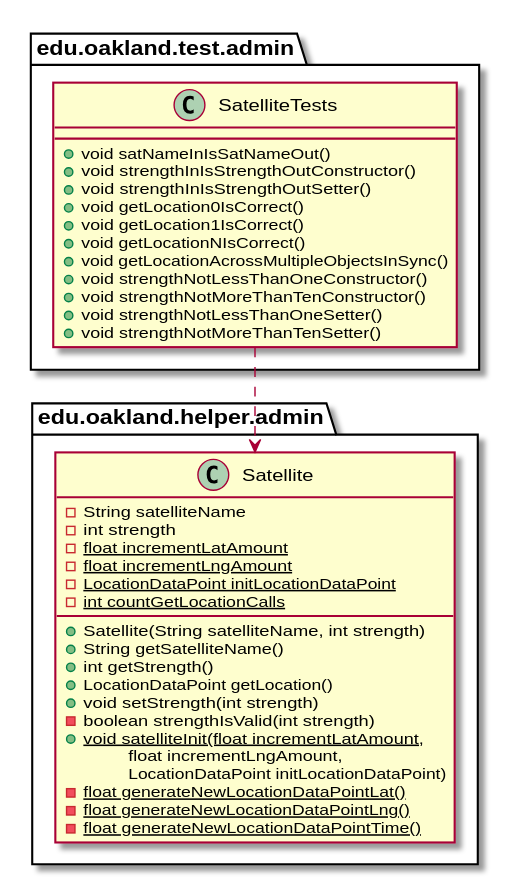
casher-ou/csi-3370-software-project keeps this PlantUML diagram as docs/uml-class-diagrams/admin/test/SatelliteTests/SatelliteTests_DirectDependencies.svg. Above is the earlier version. Source of this version:
```plantuml
@startuml SatelliteTests_DirectDependencies


package edu.oakland.test.admin {
    class SatelliteTests {
       + void satNameInIsSatNameOut()
       + void strengthInIsStrengthOutConstructor()
       + void strengthInIsStrengthOutSetter()
       + void getLocation0IsCorrect()
       + void getLocation1IsCorrect()
       + void getLocationNIsCorrect()
       + void getLocationAcrossMultipleObjectsInSync()
       + void strengthNotLessThanOneConstructor()
       + void strengthNotMoreThanTenConstructor()
       + void strengthNotLessThanOneSetter()
       + void strengthNotMoreThanTenSetter()
    }
}



package edu.oakland.helper.admin {
    class Satellite {
        - String satelliteName
        - int strength
        {static} - float incrementLatAmount
        {static} - float incrementLngAmount
        {static} - LocationDataPoint initLocationDataPoint
        {static} - int countGetLocationCalls
        __
        + Satellite(String satelliteName, int strength)
        + String getSatelliteName()
        + int getStrength()
        + LocationDataPoint getLocation()
        + void setStrength(int strength)
        - boolean strengthIsValid(int strength)
        {static} + void satelliteInit(float incrementLatAmount,
        \tfloat incrementLngAmount,
        \tLocationDataPoint initLocationDataPoint)
        {static} - float generateNewLocationDataPointLat()
        {static} - float generateNewLocationDataPointLng()
        {static} - float generateNewLocationDataPointTime()
    }
}

SatelliteTests ..> Satellite



@enduml
```
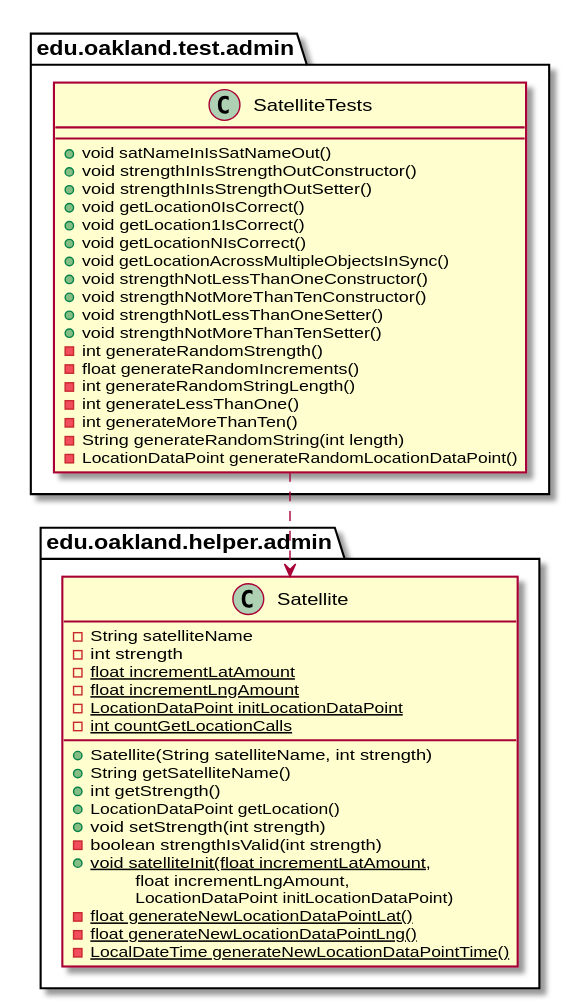
Later version of the same file.

What changed in the source:
```diff
@@ -14,6 +14,13 @@
        + void strengthNotMoreThanTenConstructor()
        + void strengthNotLessThanOneSetter()
        + void strengthNotMoreThanTenSetter()
+       - int generateRandomStrength()
+       - float generateRandomIncrements()
+       - int generateRandomStringLength()
+       - int generateLessThanOne()
+       - int generateMoreThanTen()
+       - String generateRandomString(int length)
+       - LocationDataPoint generateRandomLocationDataPoint()
     }
 }
 
@@ -39,7 +46,7 @@
         \tLocationDataPoint initLocationDataPoint)
         {static} - float generateNewLocationDataPointLat()
         {static} - float generateNewLocationDataPointLng()
-        {static} - float generateNewLocationDataPointTime()
+        {static} - LocalDateTime generateNewLocationDataPointTime()
     }
 }
 
```
